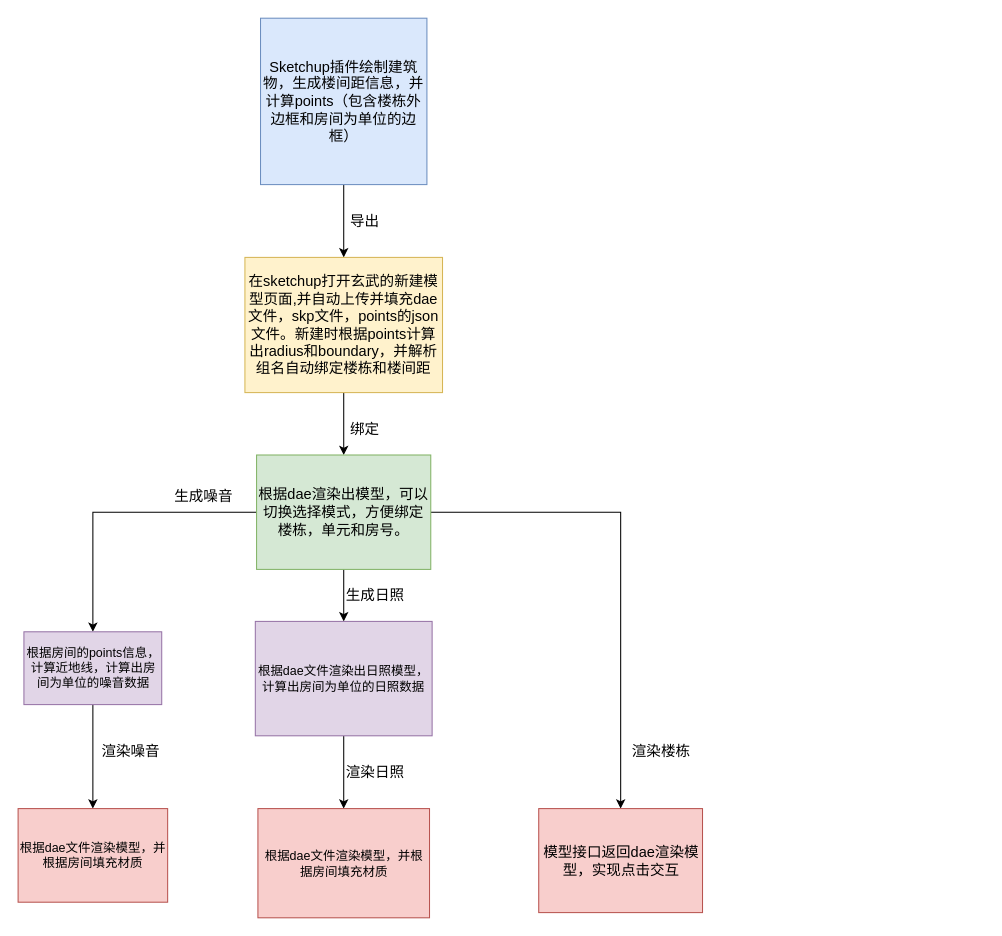
Before: 未命名绘图.drawio in limin0304/hello-world, a draw.io diagram. Source tidied: cells renumbered, new cells numbered last; positions are measured from the earlier drawing's top-left corner, leaving out a move shared by most shapes. Both pictures are drawn from the tidied source at 104%, with x=0, y=0 at pixel (18, 18).
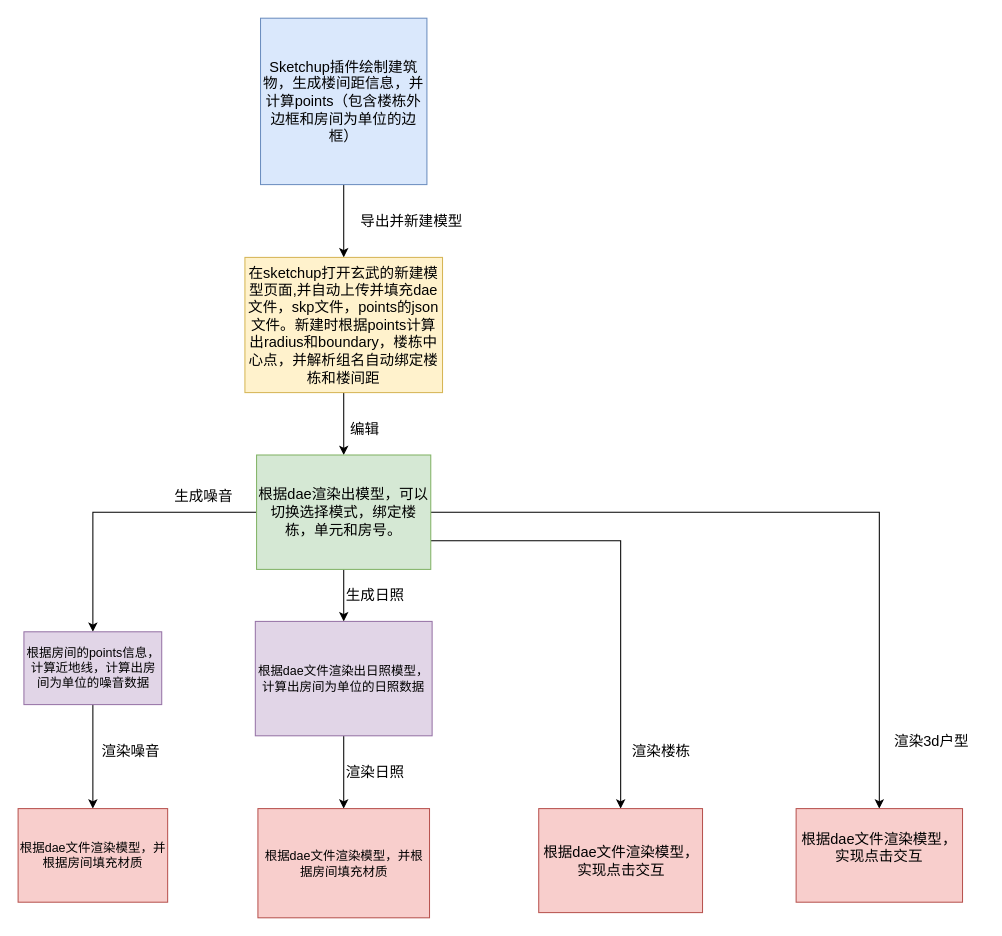
The same diagram, later.

The edit, as a diff of the source:
```diff
@@
-    <mxCell id="5" value="&lt;font style=&quot;font-size: 14px;&quot;&gt;在sketchup打开玄武的新建模型页面,并自动上传并填充dae文件，skp文件，points的json文件。新建时根据points计算出radius和boundary，并解析组名自动绑定楼栋和楼间距&lt;/font&gt;" style="rounded=0;whiteSpace=wrap;html=1;fillColor=#fff2cc;strokeColor=#d6b656;" parent="1" vertex="1">
+    <mxCell id="5" value="&lt;font style=&quot;font-size: 14px;&quot;&gt;在sketchup打开玄武的新建模型页面,并自动上传并填充dae文件，skp文件，points的json文件。新建时根据points计算出radius和boundary，楼栋中心点，并解析组名自动绑定楼栋和楼间距&lt;/font&gt;" style="rounded=0;whiteSpace=wrap;html=1;fillColor=#fff2cc;strokeColor=#d6b656;" parent="1" vertex="1">
       <mxGeometry x="218" y="230" width="190" height="130" as="geometry" />
     </mxCell>
-    <mxCell id="6" value="导出" style="text;html=1;align=center;verticalAlign=middle;strokeColor=none;fillColor=none;fontSize=14;" parent="1" vertex="1">
-      <mxGeometry x="308" y="180" width="50" height="30" as="geometry" />
+    <mxCell id="6" value="导出并新建模型" style="text;html=1;align=center;verticalAlign=middle;strokeColor=none;fillColor=none;fontSize=14;" parent="1" vertex="1">
+      <mxGeometry x="318" y="180" width="120" height="30" as="geometry" />
     </mxCell>
@@
-    <mxCell id="9" style="edgeStyle=orthogonalEdgeStyle;rounded=0;jettySize=auto;html=1;" parent="1" edge="1" source="10" target="20">
+    <mxCell id="9" style="edgeStyle=orthogonalEdgeStyle;rounded=0;jettySize=auto;html=1;exitX=1;exitY=0.75;exitDx=0;exitDy=0;" parent="1" edge="1" source="10" target="20">
       <mxGeometry relative="1" as="geometry" />
     </mxCell>
+    <mxCell id="24" style="edgeStyle=orthogonalEdgeStyle;rounded=0;jettySize=auto;html=1;" parent="1" edge="1" source="10" target="25">
+      <mxGeometry relative="1" as="geometry" />
+    </mxCell>
-    <mxCell id="10" value="&lt;font style=&quot;font-size: 14px;&quot;&gt;根据dae渲染出模型，可以切换选择模式，方便绑定楼栋，单元和房号。&lt;/font&gt;" style="whiteSpace=wrap;html=1;fillColor=#d5e8d4;strokeColor=#82b366;rounded=0;" parent="1" vertex="1">
+    <mxCell id="10" value="&lt;font style=&quot;font-size: 14px;&quot;&gt;根据dae渲染出模型，可以切换选择模式，绑定楼栋，单元和房号。&lt;/font&gt;" style="whiteSpace=wrap;html=1;fillColor=#d5e8d4;strokeColor=#82b366;rounded=0;" parent="1" vertex="1">
       <mxGeometry x="229.2" y="420" width="167.5" height="110" as="geometry" />
     </mxCell>
-    <mxCell id="11" value="绑定" style="text;html=1;align=center;verticalAlign=middle;strokeColor=none;fillColor=none;fontSize=14;" parent="1" vertex="1">
+    <mxCell id="11" value="编辑" style="text;html=1;align=center;verticalAlign=middle;strokeColor=none;fillColor=none;fontSize=14;" parent="1" vertex="1">
       <mxGeometry x="308" y="380" width="50" height="30" as="geometry" />
     </mxCell>
@@
-    <mxCell id="20" value="&lt;font style=&quot;font-size: 14px;&quot;&gt;模型接口返回dae渲染模型，实现点击交互&lt;/font&gt;" style="whiteSpace=wrap;html=1;fillColor=#f8cecc;strokeColor=#b85450;rounded=0;" parent="1" vertex="1">
+    <mxCell id="20" value="&lt;font style=&quot;font-size: 14px;&quot;&gt;根据dae文件渲染模型，实现点击交互&lt;/font&gt;" style="whiteSpace=wrap;html=1;fillColor=#f8cecc;strokeColor=#b85450;rounded=0;" parent="1" vertex="1">
       <mxGeometry x="500.5" y="760" width="157.5" height="100" as="geometry" />
     </mxCell>
@@
+    <mxCell id="25" value="&#10;&lt;font style=&quot;font-size: 14px;&quot;&gt;根据dae文件渲染模型，实现点击交互&lt;/font&gt;&#10;&#10;" style="whiteSpace=wrap;html=1;fillColor=#f8cecc;strokeColor=#b85450;rounded=0;" parent="1" vertex="1">
+      <mxGeometry x="748" y="760" width="160" height="90" as="geometry" />
+    </mxCell>
+    <mxCell id="26" value="渲染3d户型" style="text;html=1;align=center;verticalAlign=middle;strokeColor=none;fillColor=none;fontSize=14;" parent="1" vertex="1">
+      <mxGeometry x="828" y="680" width="100" height="30" as="geometry" />
+    </mxCell>
```
